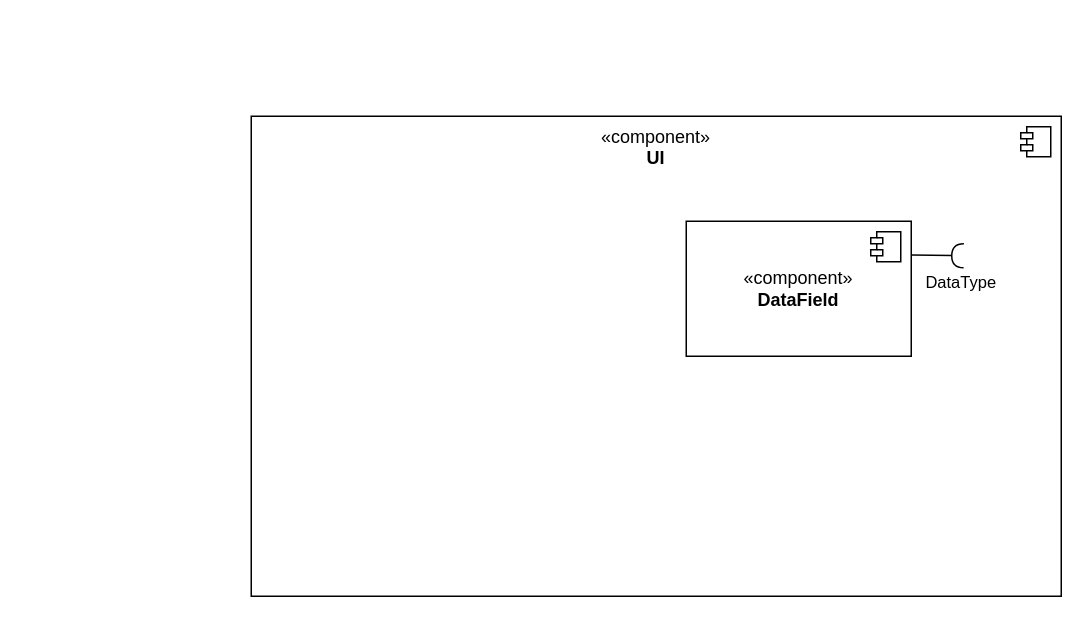
Earlier version of the draw.io diagram UML/DrawIO/ComponentDiagram.drawio (ALEEF02/PrecisionLocationProcessor). Source tidied: cells renumbered, new cells numbered last; positions are measured from the earlier drawing's top-left corner, leaving out a move shared by most shapes. Both pictures are drawn from the tidied source at 150%, with x=0, y=0 at pixel (250, 116).
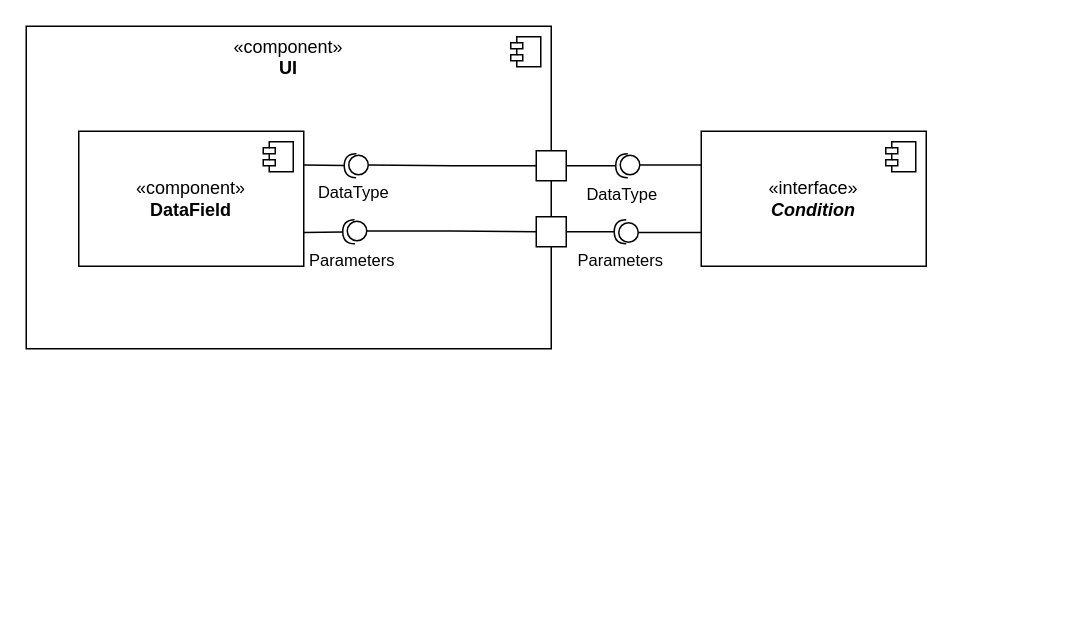
The same diagram, later.

Commit message:
Simple ComponentDiagram

Diff of the diagram source:
```diff
@@
     <mxCell id="2" value="«component»&lt;br&gt;&lt;b&gt;UI&lt;/b&gt;" style="html=1;whiteSpace=wrap;verticalAlign=top;" parent="1" vertex="1">
-      <mxGeometry width="540" height="320" as="geometry" />
+      <mxGeometry x="-150" y="-60" width="350" height="215" as="geometry" />
     </mxCell>
@@
     <mxCell id="4" value="«component»&lt;br&gt;&lt;b&gt;DataField&lt;/b&gt;" style="html=1;whiteSpace=wrap;" parent="1" vertex="1">
-      <mxGeometry x="290" y="70" width="150" height="90" as="geometry" />
+      <mxGeometry x="-115" y="10" width="150" height="90" as="geometry" />
     </mxCell>
@@
     <mxCell id="6" style="rounded=0;jettySize=auto;html=1;endArrow=halfCircle;endFill=0;endSize=6;strokeWidth=1;sketch=0;fontSize=12;curved=1;exitX=1;exitY=0.25;exitDx=0;exitDy=0;" parent="1" edge="1" source="4">
       <mxGeometry relative="1" as="geometry">
-        <mxPoint x="475" y="93" as="targetPoint" />
+        <mxPoint x="70" y="33" as="targetPoint" />
       </mxGeometry>
     </mxCell>
@@
     <mxCell id="8" style="ellipse;whiteSpace=wrap;html=1;align=center;fillColor=none;strokeColor=none;perimeter=centerPerimeter;" parent="1" vertex="1">
-      <mxGeometry x="450" y="150" width="10" height="10" as="geometry" />
+      <mxGeometry x="240" y="90" width="10" height="10" as="geometry" />
     </mxCell>
+    <mxCell id="9" style="rounded=0;jettySize=auto;html=1;endArrow=halfCircle;endFill=0;endSize=6;strokeWidth=1;sketch=0;fontSize=12;curved=1;exitX=1;exitY=0.75;exitDx=0;exitDy=0;" parent="1" edge="1" source="4">
+      <mxGeometry relative="1" as="geometry">
+        <mxPoint x="69" y="77" as="targetPoint" />
+      </mxGeometry>
+    </mxCell>
+    <mxCell id="10" value="Parameters" style="edgeLabel;html=1;align=center;verticalAlign=middle;" parent="9" vertex="1">
+      <mxGeometry x="-0.03" relative="1" as="geometry">
+        <mxPoint x="16" y="18" as="offset" />
+      </mxGeometry>
+    </mxCell>
+    <mxCell id="11" style="edgeStyle=orthogonalEdgeStyle;rounded=0;jettySize=auto;html=1;exitX=0;exitY=0.5;exitDx=0;exitDy=0;entryX=1;entryY=0.5;entryDx=0;entryDy=0;endArrow=none;endFill=0;" parent="1" edge="1" source="12" target="14">
+      <mxGeometry relative="1" as="geometry" />
+    </mxCell>
+    <mxCell id="12" style="rounded=0;whiteSpace=wrap;html=1;" parent="1" vertex="1">
+      <mxGeometry x="190" y="23" width="20" height="20" as="geometry" />
+    </mxCell>
+    <mxCell id="13" style="rounded=0;whiteSpace=wrap;html=1;" parent="1" vertex="1">
+      <mxGeometry x="190" y="67" width="20" height="20" as="geometry" />
+    </mxCell>
+    <mxCell id="14" style="ellipse;whiteSpace=wrap;html=1;" parent="1" vertex="1">
+      <mxGeometry x="65" y="26" width="13" height="13" as="geometry" />
+    </mxCell>
+    <mxCell id="15" style="edgeStyle=orthogonalEdgeStyle;rounded=0;jettySize=auto;html=1;exitX=1;exitY=0.5;exitDx=0;exitDy=0;entryX=0;entryY=0.5;entryDx=0;entryDy=0;endArrow=none;endFill=0;" parent="1" edge="1" source="16" target="13">
+      <mxGeometry relative="1" as="geometry" />
+    </mxCell>
+    <mxCell id="16" style="ellipse;whiteSpace=wrap;html=1;" parent="1" vertex="1">
+      <mxGeometry x="64" y="70" width="13" height="13" as="geometry" />
+    </mxCell>
+    <mxCell id="17" style="edgeStyle=orthogonalEdgeStyle;rounded=0;jettySize=auto;html=1;exitX=0;exitY=0.25;exitDx=0;exitDy=0;entryX=1;entryY=0.5;entryDx=0;entryDy=0;endArrow=none;endFill=0;" parent="1" edge="1" source="19" target="25">
+      <mxGeometry relative="1" as="geometry" />
+    </mxCell>
+    <mxCell id="18" style="edgeStyle=orthogonalEdgeStyle;rounded=0;jettySize=auto;html=1;exitX=0;exitY=0.75;exitDx=0;exitDy=0;entryX=1;entryY=0.5;entryDx=0;entryDy=0;endArrow=none;endFill=0;" parent="1" edge="1" source="19" target="26">
+      <mxGeometry relative="1" as="geometry" />
+    </mxCell>
+    <mxCell id="19" value="«interface»&lt;br&gt;&lt;b&gt;&lt;i&gt;Condition&lt;/i&gt;&lt;/b&gt;" style="html=1;whiteSpace=wrap;" parent="1" vertex="1">
+      <mxGeometry x="300" y="10" width="150" height="90" as="geometry" />
+    </mxCell>
+    <mxCell id="20" style="shape=module;jettyWidth=8;jettyHeight=4;" parent="19" vertex="1">
+      <mxGeometry x="1" width="20" height="20" relative="1" as="geometry">
+        <mxPoint x="-27" y="7" as="offset" />
+      </mxGeometry>
+    </mxCell>
+    <mxCell id="21" style="rounded=0;jettySize=auto;html=1;endArrow=halfCircle;endFill=0;endSize=6;strokeWidth=1;sketch=0;fontSize=12;curved=1;exitX=1;exitY=0.5;exitDx=0;exitDy=0;" parent="1" edge="1" source="12">
+      <mxGeometry relative="1" as="geometry">
+        <mxPoint x="251" y="33" as="targetPoint" />
+      </mxGeometry>
+    </mxCell>
+    <mxCell id="22" value="DataType" style="edgeLabel;html=1;align=center;verticalAlign=middle;" parent="21" vertex="1">
+      <mxGeometry x="-0.03" relative="1" as="geometry">
+        <mxPoint x="16" y="18" as="offset" />
+      </mxGeometry>
+    </mxCell>
+    <mxCell id="23" style="rounded=0;jettySize=auto;html=1;endArrow=halfCircle;endFill=0;endSize=6;strokeWidth=1;sketch=0;fontSize=12;curved=1;exitX=1;exitY=0.5;exitDx=0;exitDy=0;" parent="1" edge="1" source="13">
+      <mxGeometry relative="1" as="geometry">
+        <mxPoint x="250" y="77" as="targetPoint" />
+      </mxGeometry>
+    </mxCell>
+    <mxCell id="24" value="Parameters" style="edgeLabel;html=1;align=center;verticalAlign=middle;" parent="23" vertex="1">
+      <mxGeometry x="-0.03" relative="1" as="geometry">
+        <mxPoint x="16" y="18" as="offset" />
+      </mxGeometry>
+    </mxCell>
+    <mxCell id="25" style="ellipse;whiteSpace=wrap;html=1;" parent="1" vertex="1">
+      <mxGeometry x="246" y="26" width="13" height="13" as="geometry" />
+    </mxCell>
+    <mxCell id="26" style="ellipse;whiteSpace=wrap;html=1;" parent="1" vertex="1">
+      <mxGeometry x="245" y="71" width="13" height="13" as="geometry" />
+    </mxCell>
```
